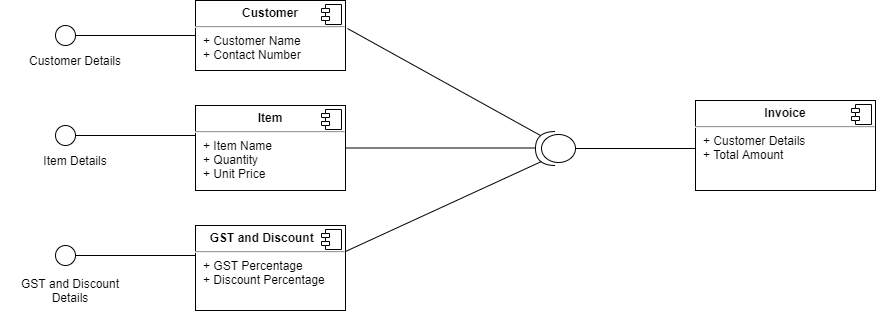
Earlier version of the draw.io export 2_Design/Component1_diagram.png (siddarthinme/M1_App_Billing_System). Source tidied: cells renumbered, new cells last; positions are measured from the earlier drawing's top-left corner, leaving out a move shared by most shapes.
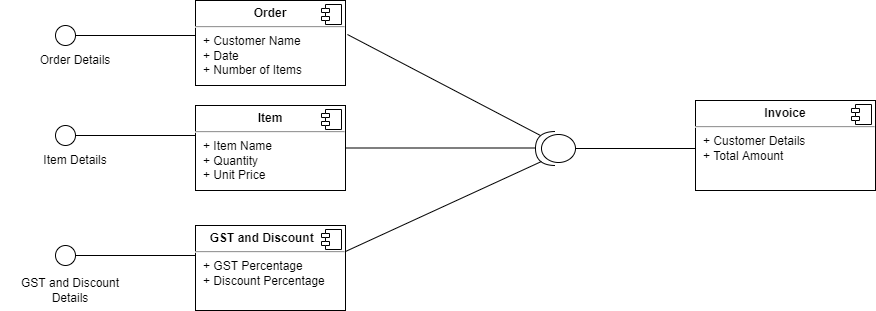
The same file after the commit.

Diff of the diagram source:
```diff
@@ -20,8 +20,8 @@
     <mxCell id="7" style="line;strokeWidth=1;fillColor=none;align=left;verticalAlign=middle;spacingTop=-1;spacingLeft=3;spacingRight=3;labelPosition=right;" parent="1" vertex="1">
       <mxGeometry x="75" y="251" width="120" height="8" as="geometry" />
     </mxCell>
-    <mxCell id="8" value="&lt;p style=&quot;margin: 0px ; margin-top: 6px ; text-align: center&quot;&gt;&lt;b&gt;Customer&lt;/b&gt;&lt;/p&gt;&lt;hr&gt;&lt;p style=&quot;margin: 0px ; margin-left: 8px&quot;&gt;+ Customer Name&lt;br&gt;+ Contact Number&lt;/p&gt;" style="align=left;overflow=fill;html=1;" parent="1" vertex="1">
-      <mxGeometry x="195" width="150" height="70" as="geometry" />
+    <mxCell id="8" value="&lt;p style=&quot;margin: 0px ; margin-top: 6px ; text-align: center&quot;&gt;&lt;b&gt;Order&lt;/b&gt;&lt;/p&gt;&lt;hr&gt;&lt;p style=&quot;margin: 0px ; margin-left: 8px&quot;&gt;+ Customer Name&lt;br&gt;+ Date&lt;/p&gt;&lt;p style=&quot;margin: 0px ; margin-left: 8px&quot;&gt;+ Number of Items&lt;/p&gt;" style="align=left;overflow=fill;html=1;" parent="1" vertex="1">
+      <mxGeometry x="195" width="150" height="85" as="geometry" />
     </mxCell>
     <mxCell id="9" style="shape=component;jettyWidth=8;jettyHeight=4;" parent="8" vertex="1">
       <mxGeometry x="1" width="20" height="20" relative="1" as="geometry">
@@ -44,7 +44,7 @@
         <mxPoint x="-24" y="4" as="offset" />
       </mxGeometry>
     </mxCell>
-    <mxCell id="14" value="Customer Details" style="text;html=1;strokeColor=none;fillColor=none;align=center;verticalAlign=middle;whiteSpace=wrap;rounded=0;" parent="1" vertex="1">
+    <mxCell id="14" value="Order Details" style="text;html=1;strokeColor=none;fillColor=none;align=center;verticalAlign=middle;whiteSpace=wrap;rounded=0;" parent="1" vertex="1">
       <mxGeometry x="15" y="45" width="120" height="30" as="geometry" />
     </mxCell>
     <mxCell id="15" value="Item Details" style="text;html=1;strokeColor=none;fillColor=none;align=center;verticalAlign=middle;whiteSpace=wrap;rounded=0;" parent="1" vertex="1">
```
